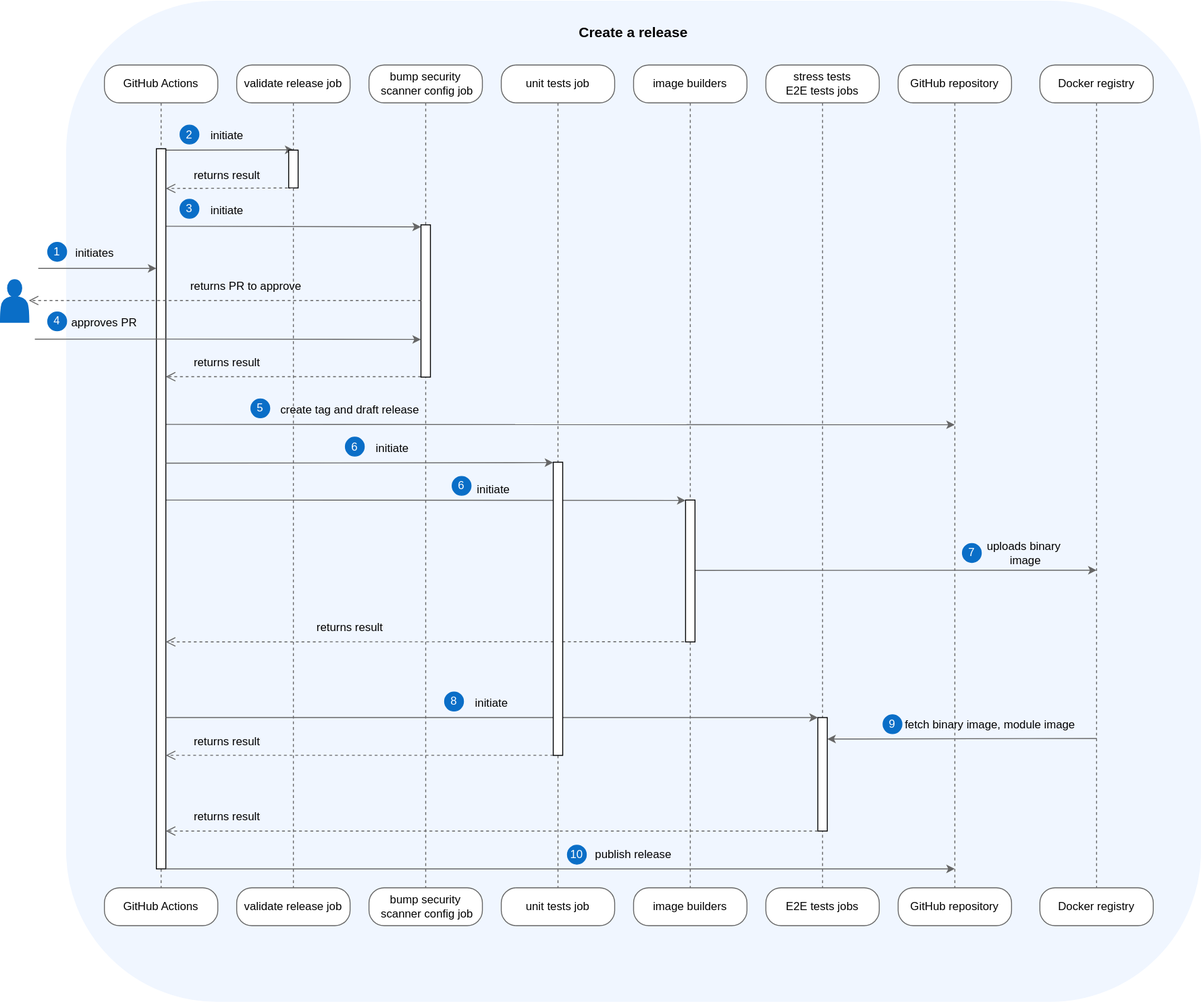
Before: docs/assets/release.drawio.svg, a diagram exported from draw.io (kyma-project/btp-manager). Source tidied: cells renumbered, new cells last; positions are measured from the earlier drawing's top-left corner, leaving out a move shared by most shapes.
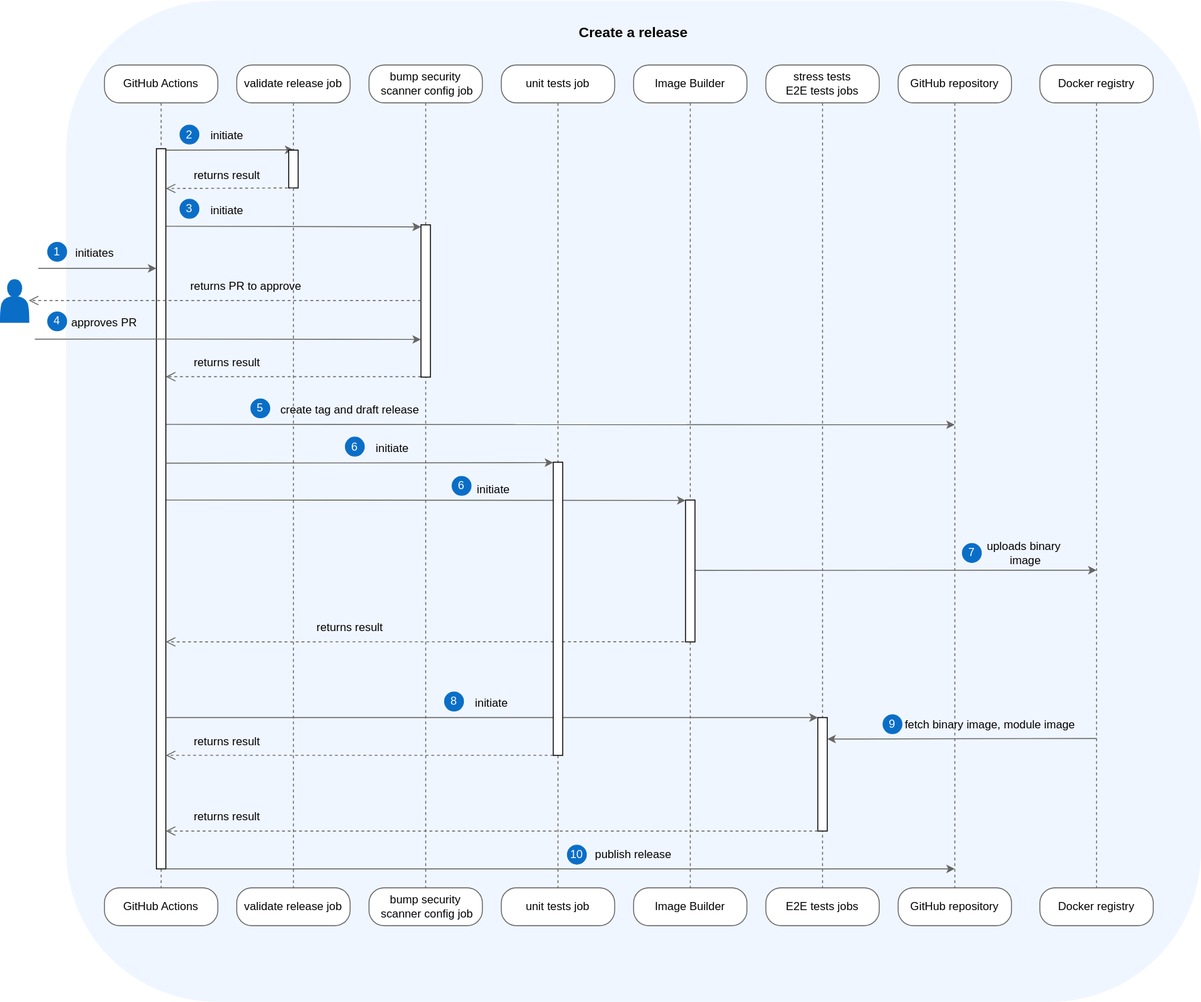
The same file after the commit.

Commit message:
Update job names

What changed in the source:
```diff
@@ -38,13 +38,13 @@
     <mxCell id="13" value="GitHub repository" style="rounded=1;whiteSpace=wrap;html=1;arcSize=40;fontColor=#000000;fillColor=#FFFFFF;strokeColor=#666666;" parent="1" vertex="1">
       <mxGeometry x="950" y="938" width="120" height="40" as="geometry" />
     </mxCell>
-    <mxCell id="14" value="image builders" style="rounded=1;whiteSpace=wrap;html=1;arcSize=40;fontColor=#000000;fillColor=#FFFFFF;strokeColor=#666666;" parent="1" vertex="1">
+    <mxCell id="14" value="Image Builder" style="rounded=1;whiteSpace=wrap;html=1;arcSize=40;fontColor=#000000;fillColor=#FFFFFF;strokeColor=#666666;" parent="1" vertex="1">
       <mxGeometry x="670" y="68" width="120" height="40" as="geometry" />
     </mxCell>
     <mxCell id="15" style="edgeStyle=orthogonalEdgeStyle;html=1;verticalAlign=bottom;endArrow=none;endSize=8;strokeColor=#666666;rounded=1;entryX=0.5;entryY=0;entryDx=0;entryDy=0;endFill=0;dashed=1;" parent="1" edge="1" source="14" target="16">
       <mxGeometry relative="1" as="geometry" />
     </mxCell>
-    <mxCell id="16" value="image builders" style="rounded=1;whiteSpace=wrap;html=1;arcSize=40;fontColor=#000000;fillColor=#FFFFFF;strokeColor=#666666;" parent="1" vertex="1">
+    <mxCell id="16" value="Image Builder" style="rounded=1;whiteSpace=wrap;html=1;arcSize=40;fontColor=#000000;fillColor=#FFFFFF;strokeColor=#666666;" parent="1" vertex="1">
       <mxGeometry x="670" y="938" width="120" height="40" as="geometry" />
     </mxCell>
     <mxCell id="17" value="Docker registry" style="rounded=1;whiteSpace=wrap;html=1;arcSize=40;fontColor=#000000;fillColor=#FFFFFF;strokeColor=#666666;" parent="1" vertex="1">
```
